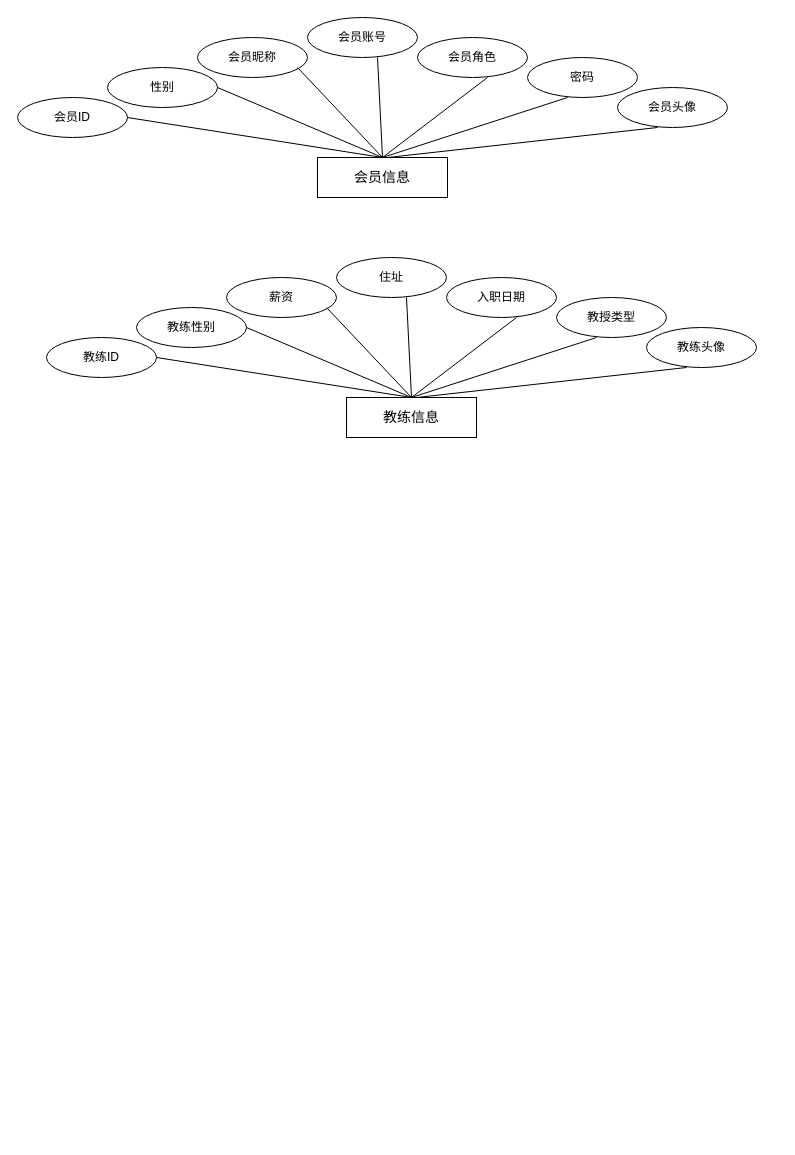
This is page "第 1 页" (1 of 2) of 毕业论文.drawio from xljya/image, a draw.io file, before an edit. Source tidied: cells renumbered, new cells numbered last; positions are measured from the earlier drawing's top-left corner, leaving out a move shared by most shapes. Both pictures are drawn from the tidied source at 100%, with x=0, y=0 at pixel (17, 17).
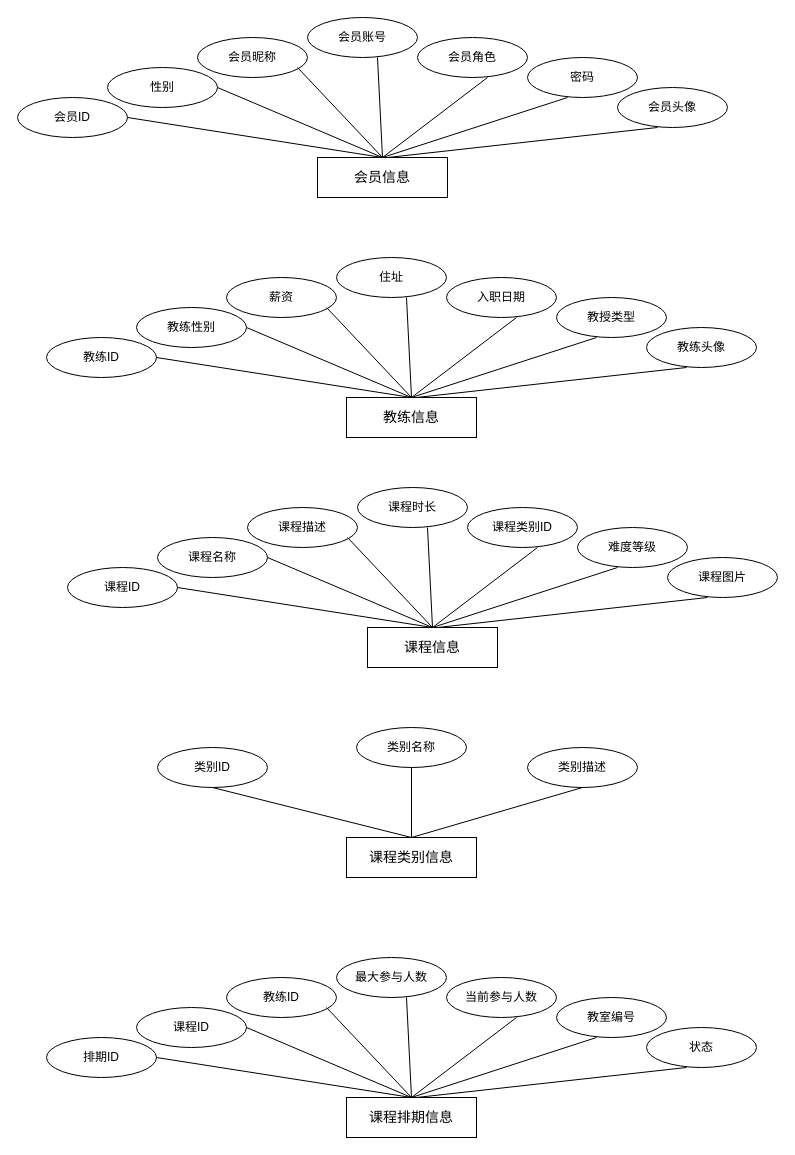
The same diagram, later.

Commit message (it also covers changes not shown here):
更新毕业论文.drawio

What changed in the source:
```diff
@@
+    <mxCell id="32" value="&lt;font style=&quot;font-size: 14px;&quot;&gt;课程信息&lt;/font&gt;" style="rounded=0;whiteSpace=wrap;html=1;" parent="1" vertex="1">
+      <mxGeometry x="350" y="610" width="130" height="40" as="geometry" />
+    </mxCell>
+    <mxCell id="33" value="课程描述" style="ellipse;whiteSpace=wrap;html=1;" parent="1" vertex="1">
+      <mxGeometry x="230" y="490" width="110" height="40" as="geometry" />
+    </mxCell>
+    <mxCell id="34" value="课程时长" style="ellipse;whiteSpace=wrap;html=1;" parent="1" vertex="1">
+      <mxGeometry x="340" y="470" width="110" height="40" as="geometry" />
+    </mxCell>
+    <mxCell id="35" value="课程图片" style="ellipse;whiteSpace=wrap;html=1;" parent="1" vertex="1">
+      <mxGeometry x="650" y="540" width="110" height="40" as="geometry" />
+    </mxCell>
+    <mxCell id="36" value="课程名称" style="ellipse;whiteSpace=wrap;html=1;" parent="1" vertex="1">
+      <mxGeometry x="140" y="520" width="110" height="40" as="geometry" />
+    </mxCell>
+    <mxCell id="37" value="课程类别ID" style="ellipse;whiteSpace=wrap;html=1;" parent="1" vertex="1">
+      <mxGeometry x="450" y="490" width="110" height="40" as="geometry" />
+    </mxCell>
+    <mxCell id="38" value="难度等级" style="ellipse;whiteSpace=wrap;html=1;" parent="1" vertex="1">
+      <mxGeometry x="560" y="510" width="110" height="40" as="geometry" />
+    </mxCell>
+    <mxCell id="39" value="课程ID" style="ellipse;whiteSpace=wrap;html=1;" parent="1" vertex="1">
+      <mxGeometry x="50" y="550" width="110" height="40" as="geometry" />
+    </mxCell>
+    <mxCell id="40" style="endArrow=none;html=1;rounded=0;exitX=0.5;exitY=0;exitDx=0;exitDy=0;" parent="1" edge="1" source="32">
+      <mxGeometry relative="1" as="geometry">
+        <mxPoint x="160" y="570" as="targetPoint" />
+      </mxGeometry>
+    </mxCell>
+    <mxCell id="41" style="endArrow=none;html=1;rounded=0;exitX=0.5;exitY=0;exitDx=0;exitDy=0;" parent="1" edge="1" source="32">
+      <mxGeometry relative="1" as="geometry">
+        <mxPoint x="250" y="540" as="targetPoint" />
+      </mxGeometry>
+    </mxCell>
+    <mxCell id="42" style="endArrow=none;html=1;rounded=0;exitX=0.5;exitY=0;exitDx=0;exitDy=0;" parent="1" edge="1" source="32">
+      <mxGeometry relative="1" as="geometry">
+        <mxPoint x="330" y="520" as="targetPoint" />
+      </mxGeometry>
+    </mxCell>
+    <mxCell id="43" style="endArrow=none;html=1;rounded=0;exitX=0.5;exitY=0;exitDx=0;exitDy=0;" parent="1" edge="1" source="32">
+      <mxGeometry relative="1" as="geometry">
+        <mxPoint x="410" y="510" as="targetPoint" />
+      </mxGeometry>
+    </mxCell>
+    <mxCell id="44" style="endArrow=none;html=1;rounded=0;exitX=0.5;exitY=0;exitDx=0;exitDy=0;" parent="1" edge="1" source="32">
+      <mxGeometry relative="1" as="geometry">
+        <mxPoint x="520" y="530" as="targetPoint" />
+      </mxGeometry>
+    </mxCell>
+    <mxCell id="45" style="endArrow=none;html=1;rounded=0;exitX=0.5;exitY=0;exitDx=0;exitDy=0;" parent="1" edge="1" source="32">
+      <mxGeometry relative="1" as="geometry">
+        <mxPoint x="600" y="550" as="targetPoint" />
+      </mxGeometry>
+    </mxCell>
+    <mxCell id="46" style="endArrow=none;html=1;rounded=0;" parent="1" edge="1">
+      <mxGeometry relative="1" as="geometry">
+        <mxPoint x="420" y="610" as="sourcePoint" />
+        <mxPoint x="690" y="580" as="targetPoint" />
+      </mxGeometry>
+    </mxCell>
+    <mxCell id="47" value="&lt;font style=&quot;font-size: 14px;&quot;&gt;课程类别信息&lt;/font&gt;" style="rounded=0;whiteSpace=wrap;html=1;" parent="1" vertex="1">
+      <mxGeometry x="329" y="820" width="130" height="40" as="geometry" />
+    </mxCell>
+    <mxCell id="48" value="类别描述" style="ellipse;whiteSpace=wrap;html=1;" parent="1" vertex="1">
+      <mxGeometry x="510" y="730" width="110" height="40" as="geometry" />
+    </mxCell>
+    <mxCell id="49" value="类别名称" style="ellipse;whiteSpace=wrap;html=1;" parent="1" vertex="1">
+      <mxGeometry x="339" y="710" width="110" height="40" as="geometry" />
+    </mxCell>
+    <mxCell id="50" value="类别ID" style="ellipse;whiteSpace=wrap;html=1;" parent="1" vertex="1">
+      <mxGeometry x="140" y="730" width="110" height="40" as="geometry" />
+    </mxCell>
+    <mxCell id="51" style="endArrow=none;html=1;rounded=0;exitX=0.5;exitY=0;exitDx=0;exitDy=0;entryX=0.5;entryY=1;entryDx=0;entryDy=0;" parent="1" edge="1" source="47" target="50">
+      <mxGeometry relative="1" as="geometry" />
+    </mxCell>
+    <mxCell id="52" style="endArrow=none;html=1;rounded=0;exitX=0.5;exitY=0;exitDx=0;exitDy=0;entryX=0.5;entryY=1;entryDx=0;entryDy=0;" parent="1" edge="1" source="47" target="48">
+      <mxGeometry relative="1" as="geometry" />
+    </mxCell>
+    <mxCell id="53" style="endArrow=none;html=1;rounded=0;exitX=0.5;exitY=0;exitDx=0;exitDy=0;entryX=0.5;entryY=1;entryDx=0;entryDy=0;" parent="1" edge="1" source="47" target="49">
+      <mxGeometry relative="1" as="geometry" />
+    </mxCell>
+    <mxCell id="54" value="&lt;font style=&quot;font-size: 14px;&quot;&gt;课程排期信息&lt;/font&gt;" style="rounded=0;whiteSpace=wrap;html=1;" parent="1" vertex="1">
+      <mxGeometry x="329" y="1080" width="130" height="40" as="geometry" />
+    </mxCell>
+    <mxCell id="55" value="教练ID" style="ellipse;whiteSpace=wrap;html=1;" parent="1" vertex="1">
+      <mxGeometry x="209" y="960" width="110" height="40" as="geometry" />
+    </mxCell>
+    <mxCell id="56" value="最大参与人数" style="ellipse;whiteSpace=wrap;html=1;" parent="1" vertex="1">
+      <mxGeometry x="319" y="940" width="110" height="40" as="geometry" />
+    </mxCell>
+    <mxCell id="57" value="状态" style="ellipse;whiteSpace=wrap;html=1;" parent="1" vertex="1">
+      <mxGeometry x="629" y="1010" width="110" height="40" as="geometry" />
+    </mxCell>
+    <mxCell id="58" value="课程ID" style="ellipse;whiteSpace=wrap;html=1;" parent="1" vertex="1">
+      <mxGeometry x="119" y="990" width="110" height="40" as="geometry" />
+    </mxCell>
+    <mxCell id="59" value="当前参与人数" style="ellipse;whiteSpace=wrap;html=1;" parent="1" vertex="1">
+      <mxGeometry x="429" y="960" width="110" height="40" as="geometry" />
+    </mxCell>
+    <mxCell id="60" value="教室编号" style="ellipse;whiteSpace=wrap;html=1;" parent="1" vertex="1">
+      <mxGeometry x="539" y="980" width="110" height="40" as="geometry" />
+    </mxCell>
+    <mxCell id="61" value="排期ID" style="ellipse;whiteSpace=wrap;html=1;" parent="1" vertex="1">
+      <mxGeometry x="29" y="1020" width="110" height="40" as="geometry" />
+    </mxCell>
+    <mxCell id="62" style="endArrow=none;html=1;rounded=0;exitX=0.5;exitY=0;exitDx=0;exitDy=0;" parent="1" edge="1" source="54">
+      <mxGeometry relative="1" as="geometry">
+        <mxPoint x="139" y="1040" as="targetPoint" />
+      </mxGeometry>
+    </mxCell>
+    <mxCell id="63" style="endArrow=none;html=1;rounded=0;exitX=0.5;exitY=0;exitDx=0;exitDy=0;" parent="1" edge="1" source="54">
+      <mxGeometry relative="1" as="geometry">
+        <mxPoint x="229" y="1010" as="targetPoint" />
+      </mxGeometry>
+    </mxCell>
+    <mxCell id="64" style="endArrow=none;html=1;rounded=0;exitX=0.5;exitY=0;exitDx=0;exitDy=0;" parent="1" edge="1" source="54">
+      <mxGeometry relative="1" as="geometry">
+        <mxPoint x="309" y="990" as="targetPoint" />
+      </mxGeometry>
+    </mxCell>
+    <mxCell id="65" style="endArrow=none;html=1;rounded=0;exitX=0.5;exitY=0;exitDx=0;exitDy=0;" parent="1" edge="1" source="54">
+      <mxGeometry relative="1" as="geometry">
+        <mxPoint x="389" y="980" as="targetPoint" />
+      </mxGeometry>
+    </mxCell>
+    <mxCell id="66" style="endArrow=none;html=1;rounded=0;exitX=0.5;exitY=0;exitDx=0;exitDy=0;" parent="1" edge="1" source="54">
+      <mxGeometry relative="1" as="geometry">
+        <mxPoint x="499" y="1000" as="targetPoint" />
+      </mxGeometry>
+    </mxCell>
+    <mxCell id="67" style="endArrow=none;html=1;rounded=0;exitX=0.5;exitY=0;exitDx=0;exitDy=0;" parent="1" edge="1" source="54">
+      <mxGeometry relative="1" as="geometry">
+        <mxPoint x="579" y="1020" as="targetPoint" />
+      </mxGeometry>
+    </mxCell>
+    <mxCell id="68" style="endArrow=none;html=1;rounded=0;" parent="1" edge="1">
+      <mxGeometry relative="1" as="geometry">
+        <mxPoint x="399" y="1080" as="sourcePoint" />
+        <mxPoint x="669" y="1050" as="targetPoint" />
+      </mxGeometry>
+    </mxCell>
```
